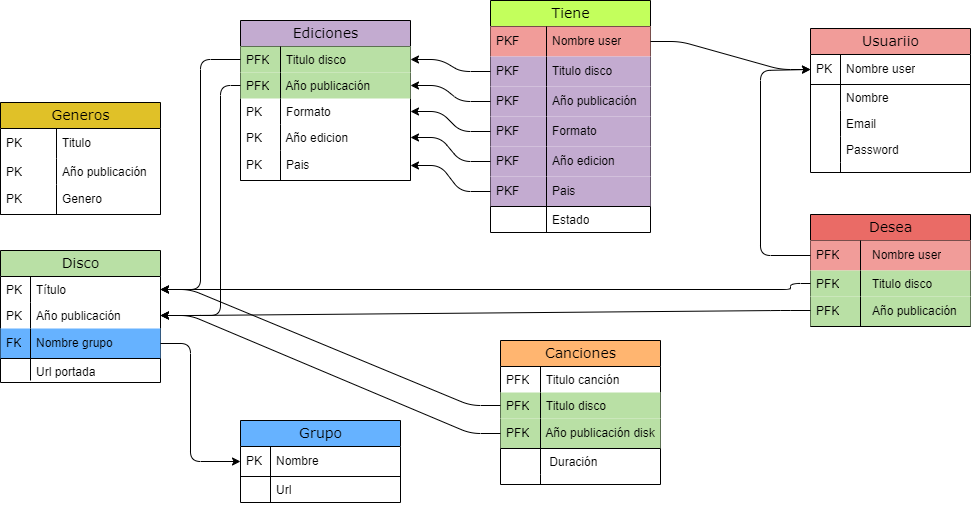
The draw.io diagram Diagrama/Diagrama modelo relacional.png in aferamb/Database-music-wok, before a commit. Source tidied: cells renumbered, new cells last; positions are measured from the earlier drawing's top-left corner, leaving out a move shared by most shapes.
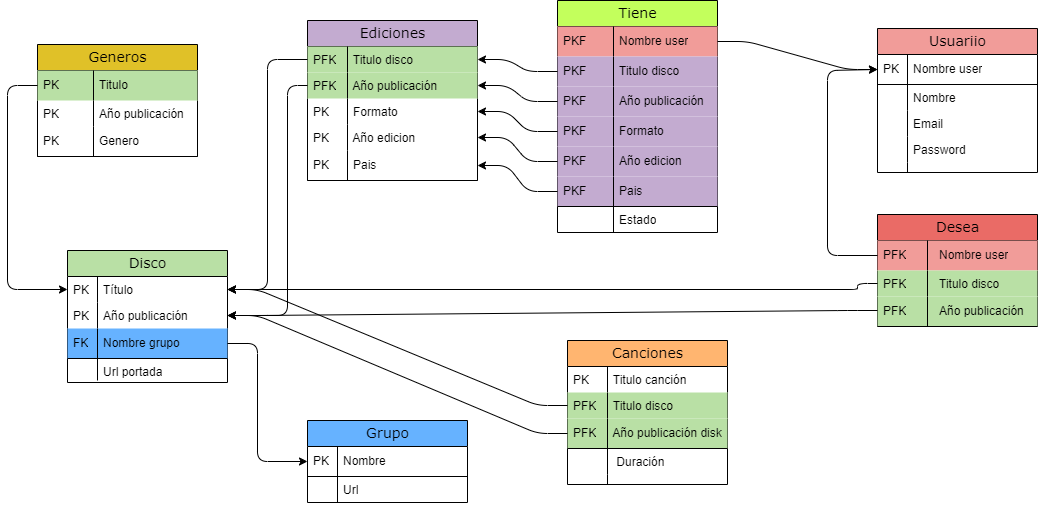
Later version of the same file.

Commit message:
Diagramas de base de datos actualizados

Change to the diagram source:
```diff
@@ -23,7 +23,7 @@
     <mxCell id="8" value="&amp;nbsp; &amp;nbsp;Titulo canción" style="shape=partialRectangle;top=0;left=0;right=0;bottom=0;html=1;align=left;verticalAlign=top;fillColor=none;spacingLeft=34;spacingRight=4;whiteSpace=wrap;overflow=hidden;fontStyle=0;" parent="7" vertex="1">
       <mxGeometry y="26" width="160" height="26" as="geometry" />
     </mxCell>
-    <mxCell id="9" value="PFK" style="shape=partialRectangle;top=0;left=0;bottom=0;html=1;fillColor=none;align=left;verticalAlign=top;spacingLeft=4;spacingRight=4;whiteSpace=wrap;overflow=hidden;fontStyle=0;" parent="8" vertex="1">
+    <mxCell id="9" value="PK" style="shape=partialRectangle;top=0;left=0;bottom=0;html=1;fillColor=none;align=left;verticalAlign=top;spacingLeft=4;spacingRight=4;whiteSpace=wrap;overflow=hidden;fontStyle=0;" parent="8" vertex="1">
       <mxGeometry width="40" height="26" as="geometry" />
     </mxCell>
     <mxCell id="10" value="&amp;nbsp; &amp;nbsp;Titulo disco" style="shape=partialRectangle;top=0;left=0;right=0;bottom=0;html=1;align=left;verticalAlign=top;fillColor=#B9E0A5;spacingLeft=34;spacingRight=4;whiteSpace=wrap;overflow=hidden;points=[[0,0.5],[1,0.5]];portConstraint=eastwest;fontStyle=0;" parent="7" vertex="1">
@@ -138,9 +138,9 @@
       <mxGeometry width="50" height="30" as="geometry" />
     </mxCell>
     <mxCell id="47" value="Generos" style="swimlane;html=1;fontStyle=0;horizontal=1;startSize=26;fillColor=#E0C128;swimlaneFillColor=#ffffff;align=center;rounded=0;shadow=0;comic=0;labelBackgroundColor=none;strokeWidth=1;fontFamily=Verdana;fontSize=14;" parent="1" vertex="1">
-      <mxGeometry y="102" width="160" height="112" as="geometry" />
+      <mxGeometry x="-30" y="44" width="160" height="112" as="geometry" />
     </mxCell>
-    <mxCell id="48" value="Titulo" style="shape=partialRectangle;top=0;left=0;right=0;bottom=0;html=1;align=left;verticalAlign=middle;fillColor=none;spacingLeft=60;spacingRight=4;whiteSpace=wrap;overflow=hidden;points=[[0,0.5],[1,0.5]];portConstraint=eastwest;fontStyle=0;" parent="47" vertex="1">
+    <mxCell id="48" value="Titulo" style="shape=partialRectangle;top=0;left=0;right=0;bottom=0;html=1;align=left;verticalAlign=middle;fillColor=#B9E0A5;spacingLeft=60;spacingRight=4;whiteSpace=wrap;overflow=hidden;points=[[0,0.5],[1,0.5]];portConstraint=eastwest;fontStyle=0;" parent="47" vertex="1">
       <mxGeometry y="26" width="160" height="30" as="geometry" />
     </mxCell>
     <mxCell id="49" value="PK" style="shape=partialRectangle;fontStyle=0;top=0;left=0;bottom=0;html=1;fillColor=none;align=left;verticalAlign=middle;spacingLeft=4;spacingRight=4;whiteSpace=wrap;overflow=hidden;" parent="48" vertex="1">
@@ -260,6 +260,14 @@
         </Array>
       </mxGeometry>
     </mxCell>
+    <mxCell id="94" style="edgeStyle=orthogonalEdgeStyle;html=1;endArrow=none;endFill=0;labelBackgroundColor=none;fontFamily=Verdana;fontSize=14;entryX=0;entryY=0.5;exitX=0;exitY=0.5;entryDx=0;entryDy=0;exitDx=0;exitDy=0;startArrow=classic;startFill=1;" parent="1" edge="1" source="73" target="48">
+      <mxGeometry relative="1" as="geometry">
+        <Array as="points">
+          <mxPoint x="-60" y="289" />
+          <mxPoint x="-60" y="85" />
+        </Array>
+      </mxGeometry>
+    </mxCell>
     <mxCell id="84" style="edgeStyle=orthogonalEdgeStyle;html=1;endArrow=classic;endFill=1;startArrow=none;labelBackgroundColor=none;fontFamily=Verdana;fontSize=14;entryX=1;entryY=0.5;entryDx=0;entryDy=0;startFill=0;exitX=0;exitY=0.5;exitDx=0;exitDy=0;fontStyle=0;" parent="1" edge="1" source="43" target="73">
       <mxGeometry relative="1" as="geometry">
         <Array as="points">
```
